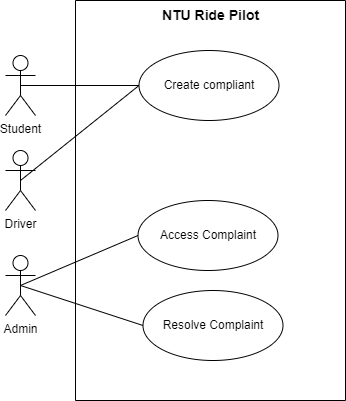
Before: NTU Ride Pilot/Documentation/Diagrams/UseCaseDiagrams/ComplaintManagement.drawio.png, a diagram exported from draw.io (Abubakar-doc/FYP-24-SE-A-204). Source tidied: cells renumbered, new cells last; positions are measured from the earlier drawing's top-left corner, leaving out a move shared by most shapes.
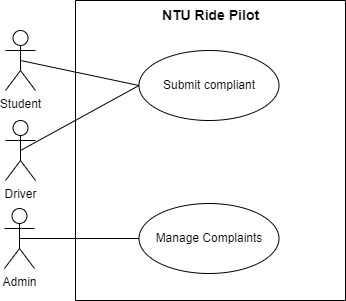
After the change.

The edit, as a diff of the source:
```diff
@@ -3,26 +3,20 @@
     <mxCell id="0" />
     <mxCell id="1" parent="0" />
     <mxCell id="2" style="swimlane;startSize=0;" parent="1" vertex="1">
-      <mxGeometry x="70" width="270" height="400" as="geometry" />
+      <mxGeometry x="70" width="270" height="300" as="geometry" />
     </mxCell>
-    <mxCell id="3" value="Create compliant" style="ellipse;whiteSpace=wrap;html=1;" parent="2" vertex="1">
+    <mxCell id="3" value="Submit compliant" style="ellipse;whiteSpace=wrap;html=1;" parent="2" vertex="1">
       <mxGeometry x="63.5" y="50" width="140" height="70" as="geometry" />
     </mxCell>
     <mxCell id="4" value="&lt;b&gt;&lt;font style=&quot;font-size: 14px;&quot;&gt;NTU Ride Pilot&lt;/font&gt;&lt;/b&gt;" style="text;html=1;align=center;verticalAlign=middle;strokeColor=none;fillColor=none;" parent="2" vertex="1">
       <mxGeometry x="75" width="120" height="30" as="geometry" />
     </mxCell>
-    <mxCell id="5" value="Access Complaint" style="ellipse;whiteSpace=wrap;html=1;" parent="2" vertex="1">
-      <mxGeometry x="62.5" y="200" width="140" height="70" as="geometry" />
-    </mxCell>
-    <mxCell id="6" value="Resolve Complaint" style="ellipse;whiteSpace=wrap;html=1;" parent="2" vertex="1">
-      <mxGeometry x="67.5" y="290" width="140" height="70" as="geometry" />
+    <mxCell id="6" value="Manage Complaints" style="ellipse;whiteSpace=wrap;html=1;" parent="2" vertex="1">
+      <mxGeometry x="63.5" y="203" width="140" height="70" as="geometry" />
     </mxCell>
     <mxCell id="7" value="Admin" style="shape=umlActor;verticalLabelPosition=bottom;verticalAlign=top;html=1;" parent="2" vertex="1">
-      <mxGeometry x="-70" y="255" width="30" height="60" as="geometry" />
+      <mxGeometry x="-71" y="208" width="30" height="60" as="geometry" />
     </mxCell>
-    <mxCell id="8" style="rounded=0;jettySize=auto;html=1;exitX=0.5;exitY=0.5;exitDx=0;exitDy=0;exitPerimeter=0;entryX=0;entryY=0.5;entryDx=0;entryDy=0;endArrow=none;startFill=0;" parent="2" edge="1" source="7" target="5">
-      <mxGeometry relative="1" as="geometry" />
-    </mxCell>
     <mxCell id="9" style="rounded=0;jettySize=auto;html=1;exitX=0.5;exitY=0.5;exitDx=0;exitDy=0;exitPerimeter=0;entryX=0;entryY=0.5;entryDx=0;entryDy=0;endArrow=none;startFill=0;" parent="2" edge="1" source="7" target="6">
       <mxGeometry relative="1" as="geometry" />
     </mxCell>
@@ -30,13 +24,13 @@
       <mxGeometry relative="1" as="geometry" />
     </mxCell>
     <mxCell id="11" value="Driver" style="shape=umlActor;verticalLabelPosition=bottom;verticalAlign=top;html=1;" parent="1" vertex="1">
-      <mxGeometry y="150" width="30" height="60" as="geometry" />
+      <mxGeometry y="120" width="30" height="60" as="geometry" />
     </mxCell>
     <mxCell id="12" style="rounded=0;jettySize=auto;html=1;exitX=0.5;exitY=0.5;exitDx=0;exitDy=0;exitPerimeter=0;entryX=0;entryY=0.5;entryDx=0;entryDy=0;endArrow=none;startFill=0;" parent="1" edge="1" source="13" target="3">
       <mxGeometry relative="1" as="geometry" />
     </mxCell>
     <mxCell id="13" value="Student" style="shape=umlActor;verticalLabelPosition=bottom;verticalAlign=top;html=1;" parent="1" vertex="1">
-      <mxGeometry y="55" width="30" height="60" as="geometry" />
+      <mxGeometry y="30" width="30" height="60" as="geometry" />
     </mxCell>
   </root>
 </mxGraphModel>
```
